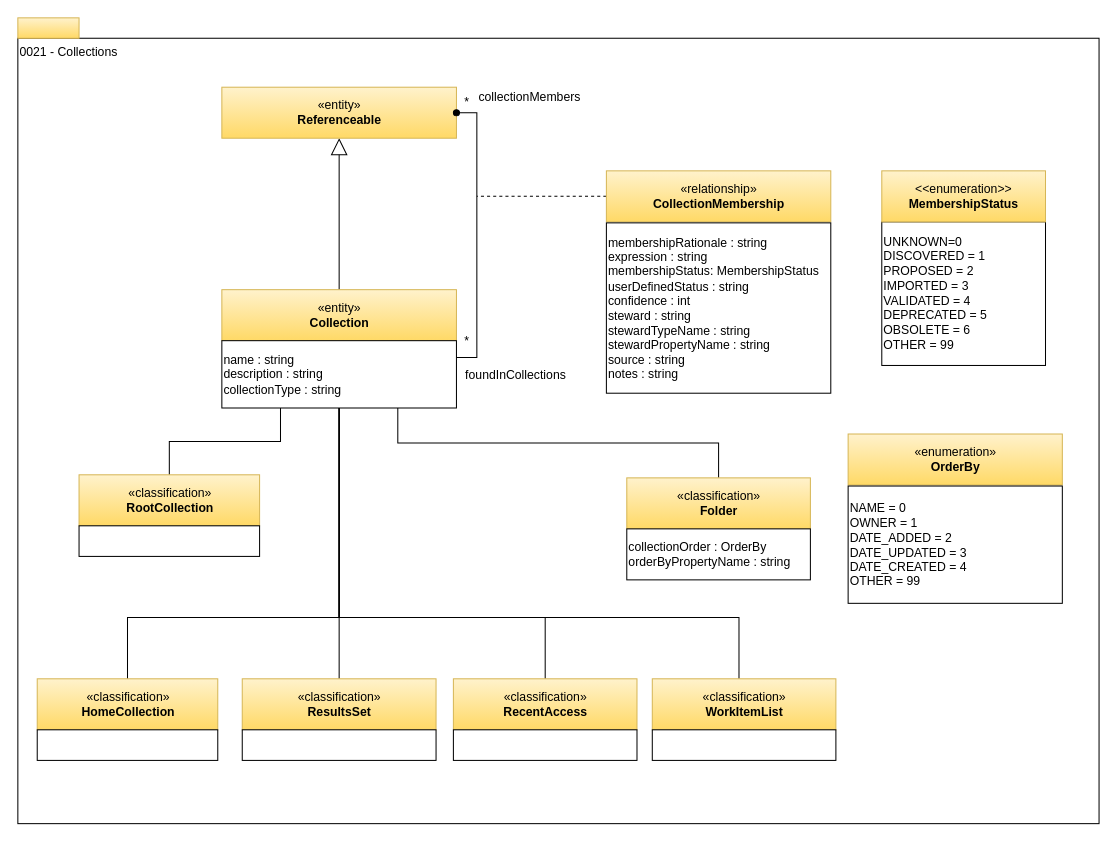
Before: page "0021-Collections" (12 of 29) of site/docs/types/0/area-0-basic-types-and-infrastructure.drawio in odpi/egeria-docs, a draw.io diagram. Source tidied: cells renumbered, new cells numbered last; positions are measured from the earlier drawing's top-left corner, leaving out a move shared by most shapes. Both pictures are drawn from the tidied source at 102%, with x=0, y=0 at pixel (17, 17).
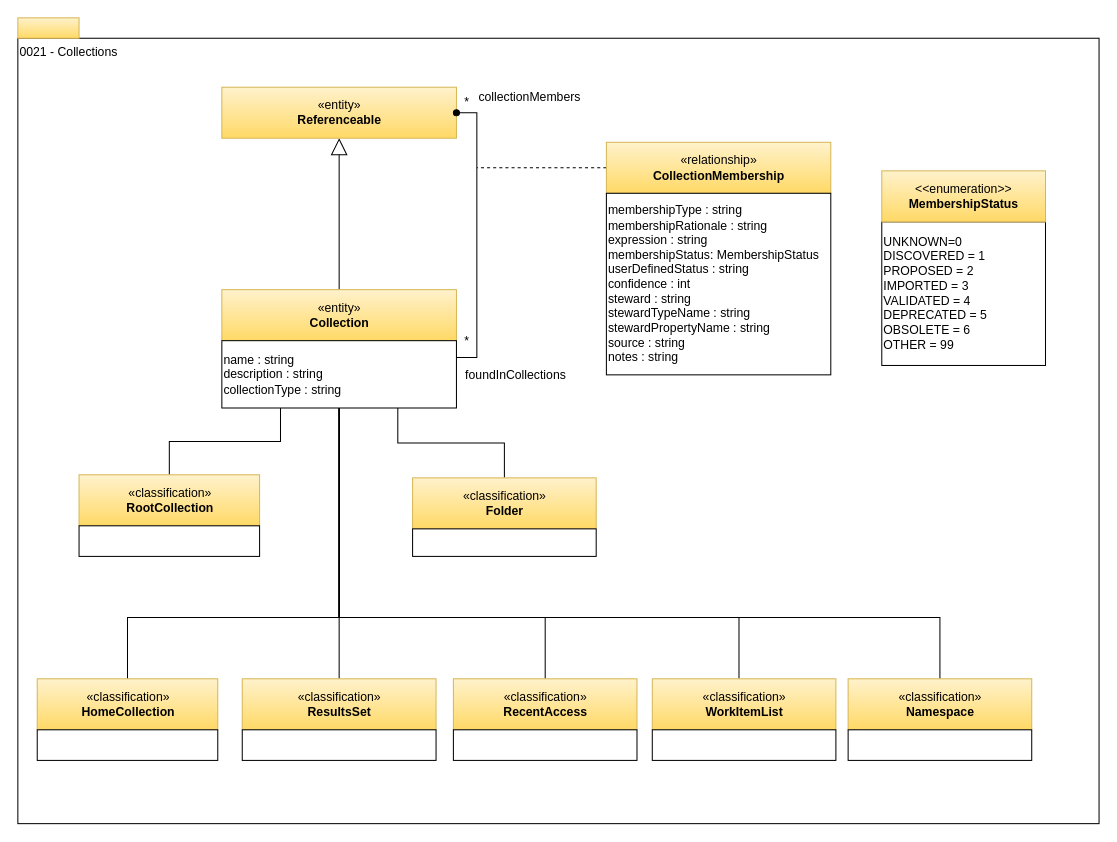
After the change.

Unchanged cells that the change refers to:
```xml
<mxCell id="10" value="name : string&lt;br&gt;description : string&lt;br&gt;collectionType : string" style="rounded=0;whiteSpace=wrap;html=1;align=left;" parent="1" vertex="1">
  <mxGeometry x="200" y="316.5" width="230" height="66" as="geometry" />
</mxCell>
```

The edit, as a diff of the source:
```diff
@@
     <mxCell id="13" style="edgeStyle=orthogonalEdgeStyle;rounded=0;html=1;exitX=0;exitY=0.5;endArrow=none;endFill=0;jettySize=auto;dashed=1;" parent="1" edge="1" source="14">
       <mxGeometry relative="1" as="geometry">
-        <mxPoint x="450" y="175" as="targetPoint" />
+        <mxPoint x="450" y="147" as="targetPoint" />
       </mxGeometry>
     </mxCell>
     <mxCell id="14" value="«relationship»&lt;br&gt;&lt;b&gt;CollectionMembership&lt;/b&gt;" style="html=1;strokeColor=#d6b656;align=center;fillColor=#fff2cc;gradientColor=#ffd966;" parent="1" vertex="1">
-      <mxGeometry x="577" y="150" width="220" height="50" as="geometry" />
+      <mxGeometry x="577" y="122" width="220" height="50" as="geometry" />
     </mxCell>
@@
-    <mxCell id="18" value="membershipRationale : string&lt;br&gt;expression : string&lt;br&gt;membershipStatus: MembershipStatus&lt;br&gt;userDefinedStatus : string&lt;br&gt;confidence : int&lt;br&gt;steward : string&lt;br&gt;stewardTypeName : string&lt;br&gt;stewardPropertyName : string&lt;br&gt;source : string&lt;br&gt;notes : string" style="rounded=0;whiteSpace=wrap;html=1;strokeColor=#000000;gradientColor=#ffffff;align=left;" parent="1" vertex="1">
-      <mxGeometry x="577" y="201" width="220" height="167" as="geometry" />
+    <mxCell id="18" value="membershipType : string&lt;div&gt;membershipRationale : string&lt;br&gt;expression : string&lt;br&gt;membershipStatus: MembershipStatus&lt;br&gt;userDefinedStatus : string&lt;br&gt;confidence : int&lt;br&gt;steward : string&lt;br&gt;stewardTypeName : string&lt;br&gt;stewardPropertyName : string&lt;br&gt;source : string&lt;br&gt;notes : string&lt;/div&gt;" style="rounded=0;whiteSpace=wrap;html=1;strokeColor=#000000;gradientColor=#ffffff;align=left;" parent="1" vertex="1">
+      <mxGeometry x="577" y="172" width="220" height="178" as="geometry" />
     </mxCell>
@@
-    <mxCell id="21" value="«enumeration»&lt;br&gt;&lt;span&gt;&lt;b&gt;OrderBy&lt;/b&gt;&lt;/span&gt;&lt;br&gt;" style="html=1;strokeColor=#d6b656;align=center;fillColor=#fff2cc;gradientColor=#ffd966;" parent="1" vertex="1">
-      <mxGeometry x="814" y="408" width="210" height="50" as="geometry" />
-    </mxCell>
-    <mxCell id="22" value="&lt;div style=&quot;text-align: left&quot;&gt;NAME = 0&lt;/div&gt;&lt;div style=&quot;text-align: left&quot;&gt;OWNER = 1&lt;/div&gt;&lt;div style=&quot;text-align: left&quot;&gt;DATE_ADDED = 2&lt;/div&gt;&lt;div&gt;DATE_UPDATED = 3&lt;/div&gt;&lt;div&gt;DATE_CREATED = 4&lt;/div&gt;&lt;div&gt;&lt;span&gt;OTHER = 99&lt;/span&gt;&lt;br&gt;&lt;/div&gt;" style="rounded=0;whiteSpace=wrap;html=1;strokeColor=#000000;gradientColor=#ffffff;align=left;" parent="1" vertex="1">
-      <mxGeometry x="814" y="459" width="210" height="115" as="geometry" />
-    </mxCell>
     <mxCell id="23" value="«classification»&lt;br&gt;&lt;b&gt;Folder&lt;/b&gt;" style="html=1;strokeColor=#d6b656;align=center;fillColor=#fff2cc;gradientColor=#ffd966;" parent="1" vertex="1">
-      <mxGeometry x="597" y="451" width="180" height="50" as="geometry" />
+      <mxGeometry x="387" y="451" width="180" height="50" as="geometry" />
     </mxCell>
-    <mxCell id="24" value="collectionOrder : OrderBy&lt;br&gt;orderByPropertyName : string" style="rounded=0;whiteSpace=wrap;html=1;align=left;" parent="1" vertex="1">
-      <mxGeometry x="597" y="501" width="180" height="50" as="geometry" />
+    <mxCell id="24" style="rounded=0;whiteSpace=wrap;html=1;align=left;" parent="1" vertex="1">
+      <mxGeometry x="387" y="501" width="180" height="27" as="geometry" />
     </mxCell>
@@
+    <mxCell id="38" style="edgeStyle=orthogonalEdgeStyle;rounded=0;jettySize=auto;html=1;exitX=0.5;exitY=0;exitDx=0;exitDy=0;endArrow=none;startFill=0;" parent="1" edge="1" source="39" target="10">
+      <mxGeometry relative="1" as="geometry">
+        <Array as="points">
+          <mxPoint x="904" y="588" />
+          <mxPoint x="315" y="588" />
+        </Array>
+      </mxGeometry>
+    </mxCell>
+    <mxCell id="39" value="«classification»&lt;br&gt;&lt;b&gt;Namespace&lt;/b&gt;" style="html=1;strokeColor=#d6b656;align=center;fillColor=#fff2cc;gradientColor=#ffd966;" parent="1" vertex="1">
+      <mxGeometry x="814" y="648" width="180" height="50" as="geometry" />
+    </mxCell>
+    <mxCell id="40" style="rounded=0;whiteSpace=wrap;html=1;align=left;" parent="1" vertex="1">
+      <mxGeometry x="814" y="698" width="180" height="30" as="geometry" />
+    </mxCell>
```
